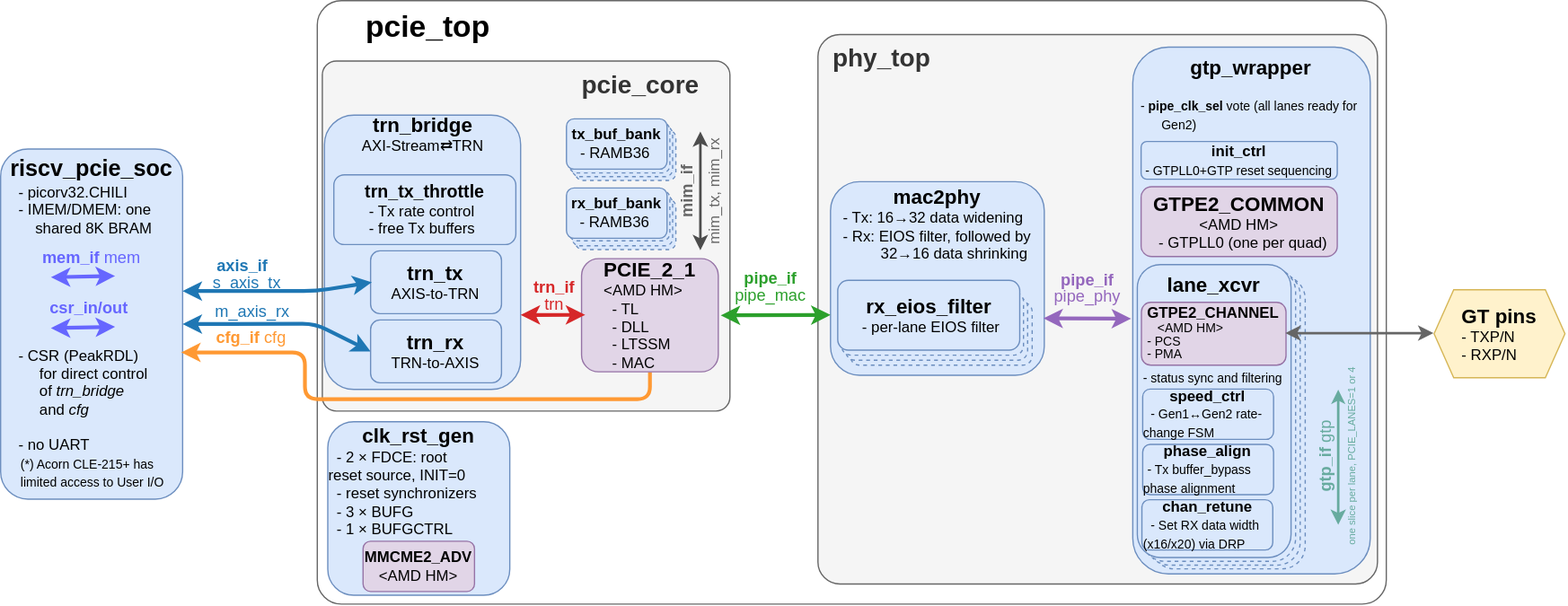
Above: 0.doc/2.rtl/block-diagram.drawio.svg in chili-chips-ba/openPCIE (draw.io), before the change. Source tidied: cells renumbered, new cells last; positions are measured from the earlier drawing's top-left corner, leaving out a move shared by most shapes.
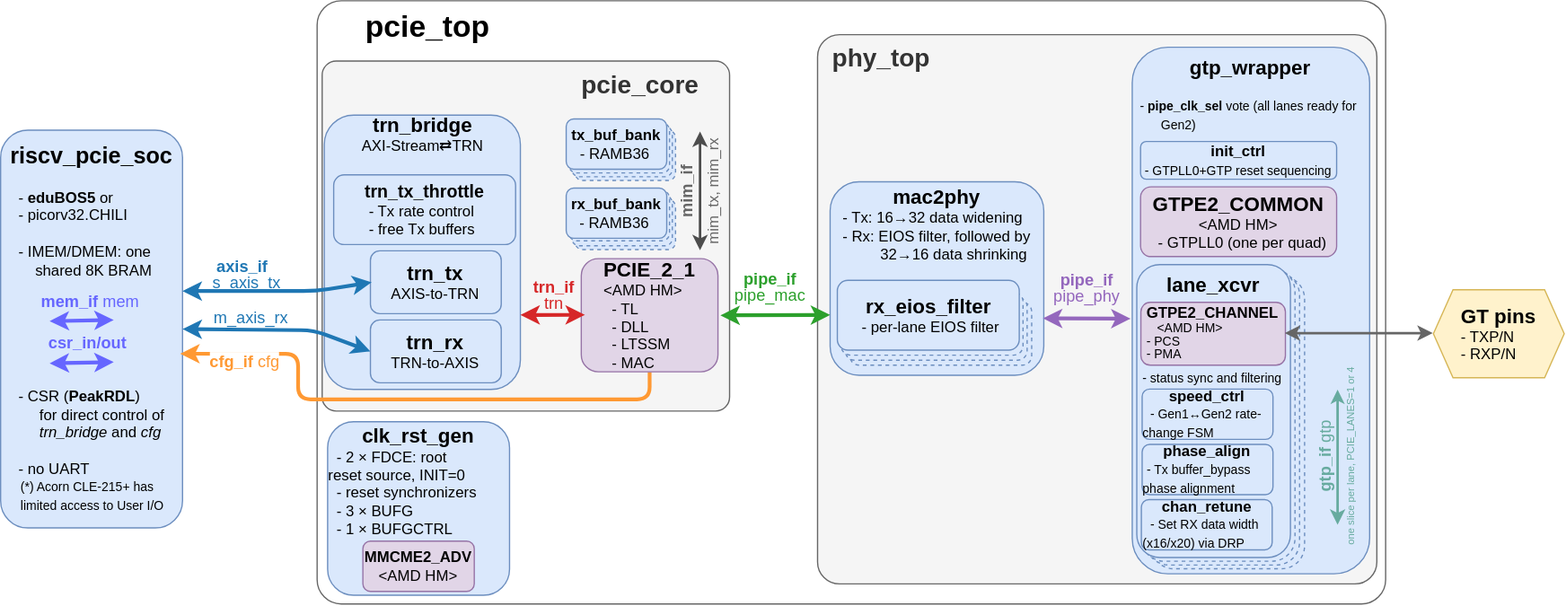
After the commit.

Change to the diagram source:
```diff
@@ -29,8 +29,8 @@
     <mxCell id="10" value="&lt;b&gt;&lt;font style=&quot;font-size: 16px;&quot;&gt;GT pins&lt;/font&gt;&lt;/b&gt;&lt;br&gt;&lt;div style=&quot;text-align: left;&quot;&gt;&lt;span style=&quot;background-color: transparent; color: light-dark(rgb(0, 0, 0), rgb(255, 255, 255));&quot;&gt;- TXP/N&lt;/span&gt;&lt;/div&gt;&lt;div style=&quot;text-align: left;&quot;&gt;- RXP/N&lt;/div&gt;" style="shape=hexagon;perimeter=hexagonPerimeter2;size=0.15;whiteSpace=wrap;html=1;fillColor=#fff2cc;strokeColor=#d6b656;" parent="1" vertex="1">
       <mxGeometry x="1140" y="230" width="104.1" height="70" as="geometry" />
     </mxCell>
-    <mxCell id="11" value="&lt;b&gt;&lt;font style=&quot;font-size: 18px;&quot;&gt;riscv_pcie_soc&lt;/font&gt;&lt;/b&gt;&lt;div&gt;&lt;div&gt;&lt;div style=&quot;text-align: left;&quot;&gt;&lt;span style=&quot;background-color: transparent; color: light-dark(rgb(0, 0, 0), rgb(255, 255, 255));&quot;&gt;&amp;nbsp; - picorv32.CHILI&lt;/span&gt;&lt;/div&gt;&lt;div style=&quot;text-align: left;&quot;&gt;&amp;nbsp; -&amp;nbsp;IMEM/DMEM: one&lt;/div&gt;&lt;div style=&quot;text-align: left;&quot;&gt;&amp;nbsp; &amp;nbsp; &amp;nbsp; shared 8K BRAM&lt;/div&gt;&lt;div style=&quot;text-align: left;&quot;&gt;&lt;br&gt;&lt;/div&gt;&lt;div style=&quot;text-align: left;&quot;&gt;&lt;br&gt;&lt;/div&gt;&lt;div style=&quot;text-align: left;&quot;&gt;&lt;br&gt;&lt;/div&gt;&lt;div style=&quot;text-align: left;&quot;&gt;&lt;br&gt;&lt;/div&gt;&lt;div style=&quot;text-align: left;&quot;&gt;&lt;br&gt;&lt;/div&gt;&lt;div style=&quot;text-align: left;&quot;&gt;&amp;nbsp;&amp;nbsp;&lt;/div&gt;&lt;div style=&quot;text-align: left;&quot;&gt;&amp;nbsp; - CSR (PeakRDL)&lt;/div&gt;&lt;div style=&quot;text-align: left;&quot;&gt;&amp;nbsp; &amp;nbsp; &amp;nbsp; &amp;nbsp;for direct control&lt;/div&gt;&lt;div style=&quot;text-align: left;&quot;&gt;&amp;nbsp; &amp;nbsp; &amp;nbsp; &amp;nbsp;of &lt;i style=&quot;background-color: transparent; color: light-dark(rgb(0, 0, 0), rgb(255, 255, 255));&quot;&gt;trn_bridge&lt;/i&gt;&lt;/div&gt;&lt;div style=&quot;text-align: left;&quot;&gt;&lt;i style=&quot;background-color: transparent; color: light-dark(rgb(0, 0, 0), rgb(255, 255, 255));&quot;&gt;&amp;nbsp; &amp;nbsp; &amp;nbsp; &amp;nbsp;&lt;/i&gt;&lt;span style=&quot;background-color: transparent; color: light-dark(rgb(0, 0, 0), rgb(255, 255, 255));&quot;&gt;and&lt;/span&gt;&lt;i style=&quot;background-color: transparent; color: light-dark(rgb(0, 0, 0), rgb(255, 255, 255));&quot;&gt; cfg&lt;/i&gt;&lt;/div&gt;&lt;div style=&quot;text-align: left;&quot;&gt;&lt;br&gt;&lt;/div&gt;&lt;div style=&quot;text-align: left;&quot;&gt;&lt;span style=&quot;background-color: transparent; color: light-dark(rgb(0, 0, 0), rgb(255, 255, 255));&quot;&gt;&amp;nbsp; - no UART&lt;/span&gt;&lt;/div&gt;&lt;div style=&quot;text-align: left;&quot;&gt;&lt;span style=&quot;font-size: 10px; background-color: transparent; color: light-dark(rgb(0, 0, 0), rgb(255, 255, 255));&quot;&gt;&amp;nbsp; &amp;nbsp;(*) Acorn CLE-215+ has&lt;/span&gt;&lt;span style=&quot;font-size: 10px; background-color: transparent; color: light-dark(rgb(0, 0, 0), rgb(255, 255, 255));&quot;&gt;&amp;nbsp;&lt;/span&gt;&lt;/div&gt;&lt;div style=&quot;text-align: left;&quot;&gt;&lt;span style=&quot;font-size: 10px; background-color: transparent; color: light-dark(rgb(0, 0, 0), rgb(255, 255, 255));&quot;&gt;&amp;nbsp; &amp;nbsp;limited access to User I/O&lt;/span&gt;&lt;/div&gt;&lt;/div&gt;&lt;/div&gt;" style="rounded=1;whiteSpace=wrap;html=1;fillColor=#dae8fc;strokeColor=#6c8ebf;points=[[0,0,1,0,0],[0,0.125,0,0,0],[0,0.25,1,0,0],[0,0.75,1,0,0],[0,1,1,0,0],[0.25,0,1,0,0],[0.25,1,1,0,0],[0.5,0,1,0,0],[0.5,1,1,0,0],[0.75,0,1,0,0],[0.75,1,1,0,0],[1,0,1,0,0],[1,0.25,1,0,0],[1,0.4,0,0,0],[1,0.5,0,0,0],[1,0.604348,0,0,0],[1,1,1,0,0]];" parent="1" vertex="1">
-      <mxGeometry y="118" width="144.7" height="278.5" as="geometry" />
+    <mxCell id="11" value="&lt;b&gt;&lt;font style=&quot;font-size: 18px;&quot;&gt;riscv_pcie_soc&lt;/font&gt;&lt;/b&gt;&lt;div&gt;&lt;div style=&quot;text-align: left;&quot;&gt;&lt;span style=&quot;background-color: transparent; color: light-dark(rgb(0, 0, 0), rgb(255, 255, 255));&quot;&gt;&lt;br&gt;&lt;/span&gt;&lt;/div&gt;&lt;div style=&quot;text-align: left;&quot;&gt;&lt;span style=&quot;background-color: transparent; color: light-dark(rgb(0, 0, 0), rgb(255, 255, 255));&quot;&gt;&amp;nbsp; -&amp;nbsp;&lt;/span&gt;&lt;span style=&quot;background-color: transparent; color: light-dark(rgb(0, 0, 0), rgb(255, 255, 255));&quot;&gt;&lt;b&gt;eduBOS5&lt;/b&gt; or&lt;/span&gt;&lt;/div&gt;&lt;div style=&quot;text-align: left;&quot;&gt;&lt;span style=&quot;background-color: transparent; color: light-dark(rgb(0, 0, 0), rgb(255, 255, 255));&quot;&gt;&amp;nbsp; - picorv32.CHILI&lt;/span&gt;&lt;/div&gt;&lt;div style=&quot;text-align: left;&quot;&gt;&lt;span style=&quot;background-color: transparent; color: light-dark(rgb(0, 0, 0), rgb(255, 255, 255));&quot;&gt;&amp;nbsp;&lt;/span&gt;&lt;/div&gt;&lt;div style=&quot;text-align: left;&quot;&gt;&amp;nbsp; -&amp;nbsp;IMEM/DMEM: one&lt;/div&gt;&lt;div style=&quot;text-align: left;&quot;&gt;&amp;nbsp; &amp;nbsp; &amp;nbsp; shared 8K BRAM&lt;/div&gt;&lt;div style=&quot;text-align: left;&quot;&gt;&lt;br&gt;&lt;/div&gt;&lt;div style=&quot;text-align: left;&quot;&gt;&lt;br&gt;&lt;/div&gt;&lt;div style=&quot;text-align: left;&quot;&gt;&lt;br&gt;&lt;/div&gt;&lt;div style=&quot;text-align: left;&quot;&gt;&lt;br&gt;&lt;/div&gt;&lt;div style=&quot;text-align: left;&quot;&gt;&lt;br&gt;&lt;/div&gt;&lt;div style=&quot;text-align: left;&quot;&gt;&amp;nbsp;&amp;nbsp;&lt;/div&gt;&lt;div style=&quot;text-align: left;&quot;&gt;&amp;nbsp; - CSR (&lt;b&gt;PeakRDL&lt;/b&gt;)&lt;/div&gt;&lt;div style=&quot;text-align: left;&quot;&gt;&amp;nbsp; &amp;nbsp; &amp;nbsp; &amp;nbsp;for direct control of&lt;/div&gt;&lt;div style=&quot;text-align: left;&quot;&gt;&amp;nbsp; &amp;nbsp; &amp;nbsp; &amp;nbsp;&lt;i style=&quot;background-color: transparent; color: light-dark(rgb(0, 0, 0), rgb(255, 255, 255));&quot;&gt;trn_bridge&amp;nbsp;&lt;/i&gt;&lt;span style=&quot;background-color: transparent; color: light-dark(rgb(0, 0, 0), rgb(255, 255, 255));&quot;&gt;and&lt;/span&gt;&lt;i style=&quot;background-color: transparent; color: light-dark(rgb(0, 0, 0), rgb(255, 255, 255));&quot;&gt; cfg&lt;/i&gt;&lt;/div&gt;&lt;div style=&quot;text-align: left;&quot;&gt;&lt;br&gt;&lt;/div&gt;&lt;div style=&quot;text-align: left;&quot;&gt;&lt;span style=&quot;background-color: transparent; color: light-dark(rgb(0, 0, 0), rgb(255, 255, 255));&quot;&gt;&amp;nbsp; - no UART&lt;/span&gt;&lt;/div&gt;&lt;div style=&quot;text-align: left;&quot;&gt;&lt;span style=&quot;font-size: 10px; background-color: transparent; color: light-dark(rgb(0, 0, 0), rgb(255, 255, 255));&quot;&gt;&amp;nbsp; &amp;nbsp;(*) Acorn CLE-215+ has&lt;/span&gt;&lt;span style=&quot;font-size: 10px; background-color: transparent; color: light-dark(rgb(0, 0, 0), rgb(255, 255, 255));&quot;&gt;&amp;nbsp;&lt;/span&gt;&lt;/div&gt;&lt;div style=&quot;text-align: left;&quot;&gt;&lt;span style=&quot;font-size: 10px; background-color: transparent; color: light-dark(rgb(0, 0, 0), rgb(255, 255, 255));&quot;&gt;&amp;nbsp; &amp;nbsp;limited access to User I/O&lt;br&gt;&lt;/span&gt;&lt;/div&gt;&lt;/div&gt;" style="rounded=1;whiteSpace=wrap;html=1;fillColor=#dae8fc;strokeColor=#6c8ebf;points=[[0,0,1,0,0],[0,0.125,0,0,0],[0,0.25,1,0,0],[0,0.75,1,0,0],[0,1,1,0,0],[0.25,0,1,0,0],[0.25,1,1,0,0],[0.5,0,1,0,0],[0.5,1,1,0,0],[0.75,0,1,0,0],[0.75,1,1,0,0],[1,0,1,0,0],[1,0.25,1,0,0],[1,0.4,0,0,0],[1,0.5,0,0,0],[1,0.604348,0,0,0],[1,1,1,0,0]];" parent="1" vertex="1">
+      <mxGeometry y="103" width="144.7" height="316.5" as="geometry" />
     </mxCell>
     <mxCell id="12" value="&lt;font style=&quot;font-size: 20px;&quot;&gt;pcie_core&amp;nbsp; &amp;nbsp;&amp;nbsp;&lt;/font&gt;" style="rounded=1;arcSize=4;whiteSpace=wrap;html=1;fillColor=#f5f5f5;strokeColor=#666666;fontStyle=1;verticalAlign=top;align=right;spacingLeft=10;fontColor=#333333;" parent="1" vertex="1">
       <mxGeometry x="255.8" y="48" width="324.2" height="278.5" as="geometry" />
@@ -47,18 +47,18 @@
     <mxCell id="15" value="&lt;b&gt;&lt;font style=&quot;font-size: 16px;&quot;&gt;trn_bridge&lt;/font&gt;&lt;/b&gt;&lt;br&gt;AXI-Stream⇄TRN&lt;div&gt;&lt;br&gt;&lt;div&gt;&lt;br&gt;&lt;/div&gt;&lt;div&gt;&lt;div&gt;&lt;div&gt;&lt;br&gt;&lt;/div&gt;&lt;div&gt;&lt;br&gt;&lt;/div&gt;&lt;div&gt;&lt;br&gt;&lt;div&gt;&lt;br&gt;&lt;/div&gt;&lt;div&gt;&lt;br&gt;&lt;/div&gt;&lt;div&gt;&lt;br&gt;&lt;/div&gt;&lt;div&gt;&lt;br&gt;&lt;/div&gt;&lt;div&gt;&lt;br&gt;&lt;/div&gt;&lt;div&gt;&lt;br&gt;&lt;/div&gt;&lt;div&gt;&lt;br&gt;&lt;/div&gt;&lt;div&gt;&lt;br&gt;&lt;/div&gt;&lt;/div&gt;&lt;/div&gt;&lt;/div&gt;&lt;/div&gt;" style="rounded=1;whiteSpace=wrap;html=1;fillColor=#dae8fc;strokeColor=#6c8ebf;points=[[0,0,1,0,0],[0,0.295652,0,0,0],[0,0.473913,0,0,0],[0,0.634783,0,0,0],[0,1,1,0,0],[0.25,0,1,0,0],[0.25,1,1,0,0],[0.5,0,1,0,0],[0.5,1,1,0,0],[0.75,0,1,0,0],[0.75,1,1,0,0],[1,0,1,0,0],[1,0.25,1,0,0],[1,0.5,1,0,0],[1,0.728522,0,0,0],[1,1,1,0,0]];" parent="1" vertex="1">
       <mxGeometry x="257.6" y="91" width="156" height="218.2" as="geometry" />
     </mxCell>
-    <mxCell id="16" style="edgeStyle=orthogonalEdgeStyle;rounded=1;jettySize=auto;html=1;exitX=0.5;exitY=1;exitDx=0;exitDy=0;fillColor=#ffe6cc;strokeColor=#FF9933;strokeWidth=3;entryX=0.992;entryY=0.581;entryDx=0;entryDy=0;entryPerimeter=0;curved=0;" parent="1" edge="1" source="18" target="11">
-      <mxGeometry relative="1" as="geometry">
+    <mxCell id="16" style="edgeStyle=orthogonalEdgeStyle;rounded=1;jettySize=auto;html=1;exitX=0.5;exitY=1;exitDx=0;exitDy=0;fillColor=#ffe6cc;strokeColor=#FF9933;strokeWidth=3;entryX=0.987;entryY=0.562;entryDx=0;entryDy=0;entryPerimeter=0;curved=0;" parent="1" edge="1" source="18" target="11">
+      <mxGeometry x="-0.02" relative="1" as="geometry">
         <Array as="points">
-          <mxPoint x="516.4" y="317" />
-          <mxPoint x="242" y="317" />
-          <mxPoint x="242" y="279.8" />
+          <mxPoint x="516.4" y="317.2" />
+          <mxPoint x="236.7" y="317.2" />
+          <mxPoint x="236.7" y="280.9" />
         </Array>
       </mxGeometry>
     </mxCell>
     <mxCell id="17" value="&lt;span style=&quot;color: rgb(255, 153, 51);&quot;&gt;&lt;font style=&quot;font-size: 13px;&quot;&gt;&lt;b&gt;cfg_if&lt;/b&gt; cfg&lt;/font&gt;&lt;/span&gt;" style="edgeLabel;html=1;align=center;verticalAlign=middle;" parent="16" vertex="1">
-      <mxGeometry x="0.06" y="1" relative="1" as="geometry">
-        <mxPoint x="-111" y="-51" as="offset" />
+      <mxGeometry x="0.05" y="1" relative="1" as="geometry">
+        <mxPoint x="-119" y="-32" as="offset" />
       </mxGeometry>
     </mxCell>
     <mxCell id="18" value="&lt;b&gt;&lt;font style=&quot;font-size: 16px;&quot;&gt;PCIE_2_1&lt;/font&gt;&lt;/b&gt;&lt;br&gt;&lt;div style=&quot;text-align: left;&quot;&gt;&lt;span style=&quot;background-color: transparent; color: light-dark(rgb(0, 0, 0), rgb(255, 255, 255));&quot;&gt;&amp;lt;AMD HM&amp;gt;&lt;/span&gt;&lt;/div&gt;&lt;div style=&quot;text-align: left;&quot;&gt;&amp;nbsp; - TL&lt;/div&gt;&lt;div style=&quot;text-align: left;&quot;&gt;&amp;nbsp; - DLL&lt;/div&gt;&lt;div style=&quot;text-align: left;&quot;&gt;&amp;nbsp; - LTSSM&lt;/div&gt;&lt;div style=&quot;text-align: left;&quot;&gt;&amp;nbsp; - MAC&lt;/div&gt;" style="rounded=1;whiteSpace=wrap;html=1;fillColor=#e1d5e7;strokeColor=#9673a6;points=[[0,0,1,0,0],[0,0.25,1,0,0],[0,0.441718,0,0,0],[0,0.75,1,0,0],[0,1,1,0,0],[0.25,0,1,0,0],[0.25,1,1,0,0],[0.5,0,1,0,0],[0.5,1,1,0,0],[0.75,0,1,0,0],[0.75,1,1,0,0],[1,0,1,0,0],[1,0.25,1,0,0],[1,0.5,1,0,0],[1,0.75,1,0,0],[1,1,1,0,0]];" parent="1" vertex="1">
@@ -72,7 +72,7 @@
     <mxCell id="20" value="&lt;div&gt;&lt;span style=&quot;font-weight: normal;&quot;&gt;m_axis_rx&lt;/span&gt;&lt;/div&gt;" style="endArrow=classic;startArrow=classic;html=1;strokeWidth=3;strokeColor=#1f77b4;fontColor=#1f77b4;labelBackgroundColor=none;fontStyle=1;fontSize=13;exitX=1;exitY=0.5;exitDx=0;exitDy=0;exitPerimeter=0;entryX=0;entryY=0.5;entryDx=0;entryDy=0;" parent="1" edge="1" source="11" target="22">
       <mxGeometry x="-0.29" y="10" relative="1" as="geometry">
         <Array as="points">
-          <mxPoint x="250" y="257" />
+          <mxPoint x="249" y="262.2" />
         </Array>
       </mxGeometry>
     </mxCell>
@@ -86,7 +86,7 @@
       <mxGeometry x="265" y="138.5" width="144.7" height="55.5" as="geometry" />
     </mxCell>
     <mxCell id="24" value="&lt;div style=&quot;line-height: 100%;&quot;&gt;axis_if&lt;br&gt;&lt;span style=&quot;font-weight: normal;&quot;&gt;&amp;nbsp; s_axis_tx&lt;/span&gt;&lt;/div&gt;" style="endArrow=classic;startArrow=classic;html=1;strokeWidth=3;strokeColor=#1f77b4;fontColor=#1f77b4;labelBackgroundColor=none;fontStyle=1;fontSize=13;entryX=0;entryY=0.5;entryDx=0;entryDy=0;exitX=1;exitY=0.4;exitDx=0;exitDy=0;exitPerimeter=0;" parent="1" edge="1">
-      <mxGeometry x="-0.37" y="14" relative="1" as="geometry">
+      <mxGeometry x="-0.38" y="14" relative="1" as="geometry">
         <mxPoint x="144.7" y="231" as="sourcePoint" />
         <mxPoint x="295.2" y="224" as="targetPoint" />
         <Array as="points">
@@ -120,19 +120,19 @@
     </mxCell>
     <mxCell id="32" value="&lt;div style=&quot;line-height: 90%;&quot;&gt;&lt;span style=&quot;color: rgb(102, 102, 255);&quot;&gt;mem_if&amp;nbsp;&lt;/span&gt;&lt;span style=&quot;color: rgb(102, 102, 255); font-weight: normal; background-color: transparent;&quot;&gt;mem&lt;/span&gt;&lt;/div&gt;" style="endArrow=classic;startArrow=classic;html=1;strokeWidth=3;strokeColor=#6666FF;fontColor=#d62728;labelBackgroundColor=none;fontStyle=1;fontSize=13;entryX=-0.001;entryY=0.477;entryDx=0;entryDy=0;exitX=1;exitY=0.75;exitDx=0;exitDy=0;entryPerimeter=0;" parent="1" edge="1">
       <mxGeometry x="0.27" y="15" relative="1" as="geometry">
-        <mxPoint x="40" y="220" as="sourcePoint" />
-        <mxPoint x="91" y="219" as="targetPoint" />
+        <mxPoint x="39" y="255" as="sourcePoint" />
+        <mxPoint x="90" y="254" as="targetPoint" />
         <Array as="points">
-          <mxPoint x="41" y="220" />
+          <mxPoint x="40" y="255" />
         </Array>
       </mxGeometry>
     </mxCell>
     <mxCell id="33" value="&lt;div style=&quot;line-height: 90%;&quot;&gt;&lt;span style=&quot;color: rgb(102, 102, 255);&quot;&gt;csr_in/out&lt;/span&gt;&lt;/div&gt;" style="endArrow=classic;startArrow=classic;html=1;strokeWidth=3;strokeColor=#6666FF;fontColor=#d62728;labelBackgroundColor=none;fontStyle=1;fontSize=13;entryX=-0.001;entryY=0.477;entryDx=0;entryDy=0;exitX=1;exitY=0.75;exitDx=0;exitDy=0;entryPerimeter=0;" parent="1" edge="1">
       <mxGeometry x="0.19" y="16" relative="1" as="geometry">
-        <mxPoint x="40" y="260.5" as="sourcePoint" />
-        <mxPoint x="91" y="259.5" as="targetPoint" />
+        <mxPoint x="39" y="288.5" as="sourcePoint" />
+        <mxPoint x="90" y="287.5" as="targetPoint" />
         <Array as="points">
-          <mxPoint x="41" y="260.5" />
+          <mxPoint x="40" y="288.5" />
         </Array>
       </mxGeometry>
     </mxCell>
```
